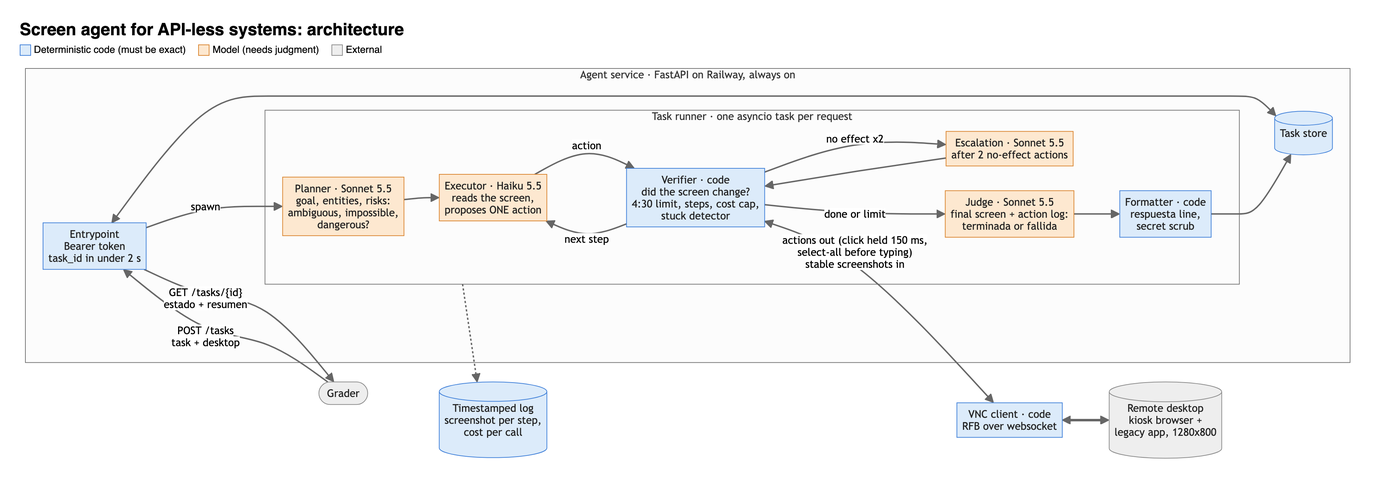
The Mermaid diagram docs/architecture.png in Jdtorres59/agente-sin-api, before a commit. Its source is kept beside it as docs/architecture.mmd.
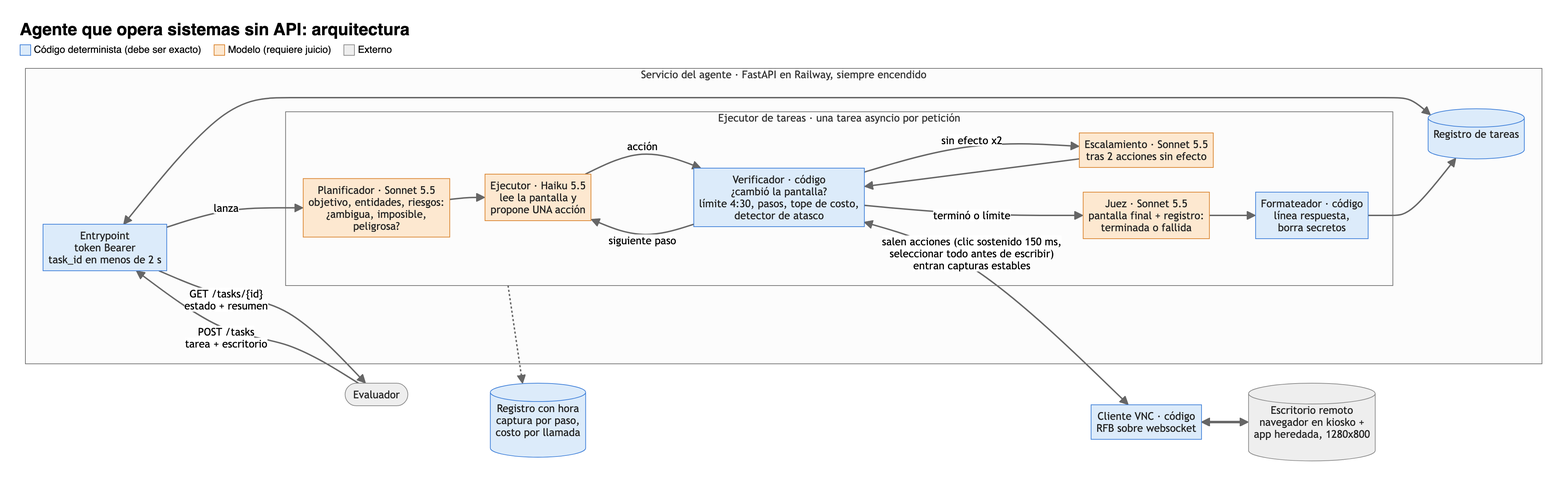
After the commit.

Commit message:
Traducir doc de diseño y diagrama al español

What changed in the source:
```diff
@@ -1,34 +1,34 @@
 flowchart LR
-  G([Grader]) -->|"POST /tasks<br/>task + desktop"| API
+  G([Evaluador]) -->|"POST /tasks<br/>tarea + escritorio"| API
   API -->|"GET /tasks/{id}<br/>estado + resumen"| G
 
-  subgraph SVC["Agent service · FastAPI on Railway, always on"]
-    API["Entrypoint<br/>Bearer token<br/>task_id in under 2 s"]
-    STORE[("Task store")]
+  subgraph SVC["Servicio del agente · FastAPI en Railway, siempre encendido"]
+    API["Entrypoint<br/>token Bearer<br/>task_id en menos de 2 s"]
+    STORE[("Registro de tareas")]
     API <--> STORE
 
-    subgraph RUN["Task runner · one asyncio task per request"]
-      PLAN["Planner · Sonnet 5.5<br/>goal, entities, risks:<br/>ambiguous, impossible,<br/>dangerous?"]
-      EXEC["Executor · Haiku 5.5<br/>reads the screen,<br/>proposes ONE action"]
-      VER["Verifier · code<br/>did the screen change?<br/>4:30 limit, steps, cost cap,<br/>stuck detector"]
-      ESC["Escalation · Sonnet 5.5<br/>after 2 no-effect actions"]
-      JUDGE["Judge · Sonnet 5.5<br/>final screen + action log:<br/>terminada or fallida"]
-      FMT["Formatter · code<br/>respuesta line,<br/>secret scrub"]
+    subgraph RUN["Ejecutor de tareas · una tarea asyncio por petición"]
+      PLAN["Planificador · Sonnet 5.5<br/>objetivo, entidades, riesgos:<br/>¿ambigua, imposible,<br/>peligrosa?"]
+      EXEC["Ejecutor · Haiku 5.5<br/>lee la pantalla y<br/>propone UNA acción"]
+      VER["Verificador · código<br/>¿cambió la pantalla?<br/>límite 4:30, pasos, tope de costo,<br/>detector de atasco"]
+      ESC["Escalamiento · Sonnet 5.5<br/>tras 2 acciones sin efecto"]
+      JUDGE["Juez · Sonnet 5.5<br/>pantalla final + registro:<br/>terminada o fallida"]
+      FMT["Formateador · código<br/>línea respuesta,<br/>borra secretos"]
       PLAN --> EXEC
-      EXEC -->|action| VER
-      VER -->|next step| EXEC
-      VER -->|no effect x2| ESC
+      EXEC -->|acción| VER
+      VER -->|siguiente paso| EXEC
+      VER -->|sin efecto x2| ESC
       ESC --> VER
-      VER -->|done or limit| JUDGE
+      VER -->|terminó o límite| JUDGE
       JUDGE --> FMT
     end
-    API -->|spawn| PLAN
+    API -->|lanza| PLAN
     FMT --> STORE
   end
 
-  VER <-->|"actions out (click held 150 ms,<br/>select-all before typing)<br/>stable screenshots in"| VNC["VNC client · code<br/>RFB over websocket"]
-  VNC <==> DESK[("Remote desktop<br/>kiosk browser +<br/>legacy app, 1280x800")]
-  RUN -.-> LOG[("Timestamped log<br/>screenshot per step,<br/>cost per call")]
+  VER <-->|"salen acciones (clic sostenido 150 ms,<br/>seleccionar todo antes de escribir)<br/>entran capturas estables"| VNC["Cliente VNC · código<br/>RFB sobre websocket"]
+  VNC <==> DESK[("Escritorio remoto<br/>navegador en kiosko +<br/>app heredada, 1280x800")]
+  RUN -.-> LOG[("Registro con hora<br/>captura por paso,<br/>costo por llamada")]
 
   classDef model fill:#fde8d0,stroke:#d9822b,color:#222;
   classDef code fill:#dcebfa,stroke:#3b7dd8,color:#222;
```
